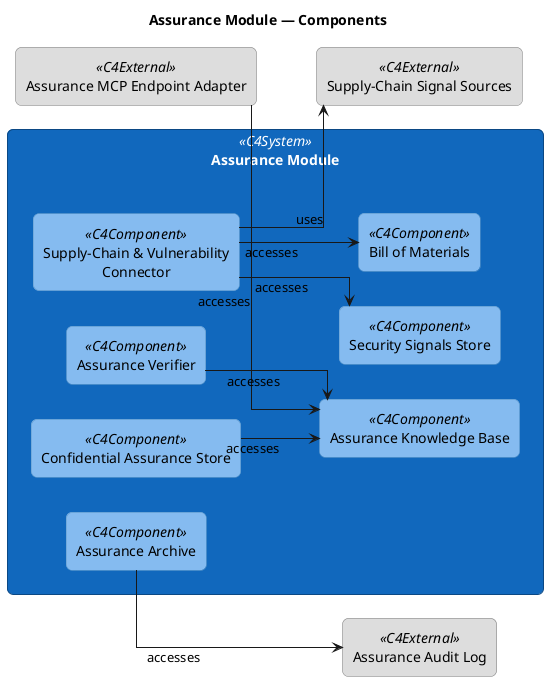
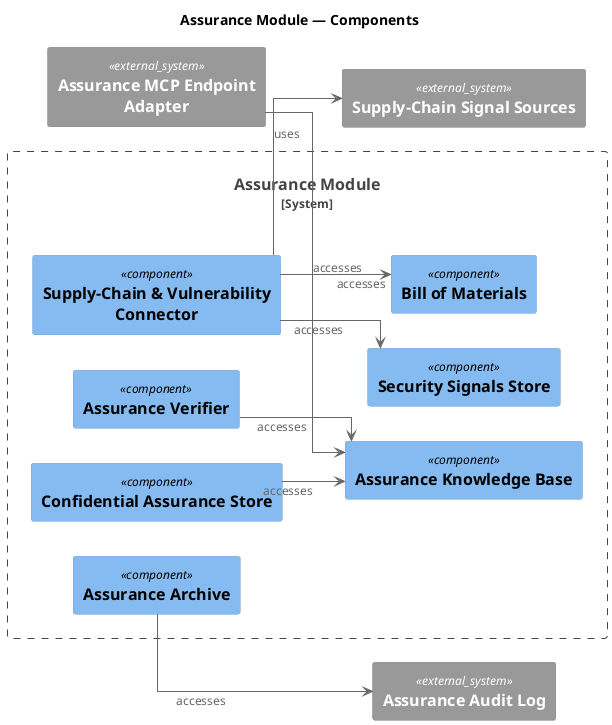
---
artifact-id: CC@1780829796.SOoZQh.assurance-module-components
artifact-type: diagram
name: "Assurance Module \u2014 Components"
version: 0.1.0
status: draft
keywords:
- c4
- component
- assurance
diagram-type: c4-component
entity-ids-used:
- APP@1780656430.m-U5S1.assurance-mcp-endpoint-adapter
- APP@1780656431.E0fzqZ.confidential-assurance-store
- APP@1780656431.GnsLC8.assurance-archive
- APP@1780656431.XFD85E.assurance-verifier
- APP@1780656431.e2zPs6.supply-chain-vulnerability-connector
- APP@1780783993.JqIBPJ.supply-chain-signal-sources
- DOB@1780656431.ApaPcg.assurance-knowledge-base
- DOB@1780656431.dRnK-o.bill-of-materials
- DOB@1780656431.p04R7k.security-signals-store
- GRP@1780819145.rW_2nX.assurance-module
- DOB@1780656431.H-xFye.assurance-audit-log
connection-ids-used:
- APP@1780656430.m-U5S1.assurance-mcp-endpoint-adapter---DOB@1780656431.ApaPcg.assurance-knowledge-base@@archimate-access
- APP@1780656431.E0fzqZ.confidential-assurance-store---DOB@1780656431.ApaPcg.assurance-knowledge-base@@archimate-access
- APP@1780656431.XFD85E.assurance-verifier---DOB@1780656431.ApaPcg.assurance-knowledge-base@@archimate-access
- APP@1780656431.e2zPs6.supply-chain-vulnerability-connector---DOB@1780656431.dRnK-o.bill-of-materials@@archimate-access
- APP@1780656431.e2zPs6.supply-chain-vulnerability-connector---DOB@1780656431.p04R7k.security-signals-store@@archimate-access
- APP@1780783993.JqIBPJ.supply-chain-signal-sources---APP@1780656431.e2zPs6.supply-chain-vulnerability-connector@@archimate-serving
- APP@1780656431.GnsLC8.assurance-archive---DOB@1780656431.H-xFye.assurance-audit-log@@archimate-access
diagram-entities: {}
bindings:
- id: bind-scope
  subject:
    kind: diagram
  correspondence_kind: scoped-by
  target:
    entity_id: GRP@1780819145.rW_2nX.assurance-module
- last-updated: '2026-06-07'
+ last-updated: '2026-06-22'
---
@startuml assurance-module---components
+ !include <C4/C4_Component>
left to right direction
skinparam shadowing false
skinparam linetype ortho
skinparam defaultTextAlignment center
skinparam wrapWidth 240
skinparam maxMessageSize 240
- skinparam rectangle {
-   RoundCorner 12
-   Padding 10
- }
- skinparam actor {
-   BackgroundColor #08427b
-   BorderColor #052e56
-   FontColor white
- }
- skinparam rectangle<<C4System>> {
-   BackgroundColor #1168bd
-   BorderColor #0b4884
-   FontColor white
- }
- skinparam rectangle<<C4Container>> {
-   BackgroundColor #438dd5
-   BorderColor #2f6da6
-   FontColor white
- }
- skinparam rectangle<<C4Component>> {
-   BackgroundColor #85bbf0
-   BorderColor #5e98c8
-   FontColor black
- }
- skinparam rectangle<<C4External>> {
-   BackgroundColor #dddddd
-   BorderColor #777777
-   FontColor black
- }

title Assurance Module — Components

- rectangle "Assurance Module" <<C4System>> as GRP_rW_2nX {
-   rectangle "Confidential Assurance Store" <<C4Component>> as APP_E0fzqZ
-   rectangle "Assurance Archive" <<C4Component>> as APP_GnsLC8
-   rectangle "Assurance Verifier" <<C4Component>> as APP_XFD85E
-   rectangle "Supply-Chain & Vulnerability Connector" <<C4Component>> as APP_e2zPs6
-   rectangle "Assurance Knowledge Base" <<C4Component>> as DOB_ApaPcg
-   rectangle "Bill of Materials" <<C4Component>> as DOB_dRnK_o
-   rectangle "Security Signals Store" <<C4Component>> as DOB_p04R7k
+ System_Boundary(GRP_rW_2nX, "Assurance Module") {
+   Component(APP_E0fzqZ, "Confidential Assurance Store", "")
+   Component(APP_GnsLC8, "Assurance Archive", "")
+   Component(APP_XFD85E, "Assurance Verifier", "")
+   Component(APP_e2zPs6, "Supply-Chain & Vulnerability Connector", "")
+   Component(DOB_ApaPcg, "Assurance Knowledge Base", "")
+   Component(DOB_dRnK_o, "Bill of Materials", "")
+   Component(DOB_p04R7k, "Security Signals Store", "")
  APP_E0fzqZ -[hidden]right- APP_GnsLC8
  APP_GnsLC8 -[hidden]right- APP_XFD85E
  APP_XFD85E -[hidden]right- APP_e2zPs6
  APP_e2zPs6 -[hidden]right- DOB_ApaPcg
  DOB_ApaPcg -[hidden]right- DOB_dRnK_o
  DOB_dRnK_o -[hidden]right- DOB_p04R7k

}

- rectangle "Assurance MCP Endpoint Adapter" <<C4External>> as APP_m_U5S1
- rectangle "Supply-Chain Signal Sources" <<C4External>> as APP_JqIBPJ
- rectangle "Assurance Audit Log" <<C4External>> as DOB_H_xFye
+ System_Ext(APP_m_U5S1, "Assurance MCP Endpoint Adapter")
+ System_Ext(APP_JqIBPJ, "Supply-Chain Signal Sources")
+ System_Ext(DOB_H_xFye, "Assurance Audit Log")

GRP_rW_2nX -[hidden]right- APP_m_U5S1
APP_m_U5S1 -[hidden]right- APP_JqIBPJ
APP_JqIBPJ -[hidden]right- DOB_H_xFye


APP_m_U5S1 --> DOB_ApaPcg : accesses
APP_E0fzqZ --> DOB_ApaPcg : accesses
APP_GnsLC8 --> DOB_H_xFye : accesses
APP_XFD85E --> DOB_ApaPcg : accesses
APP_e2zPs6 --> DOB_dRnK_o : accesses
APP_e2zPs6 --> DOB_p04R7k : accesses
APP_e2zPs6 --> APP_JqIBPJ : uses
@enduml
